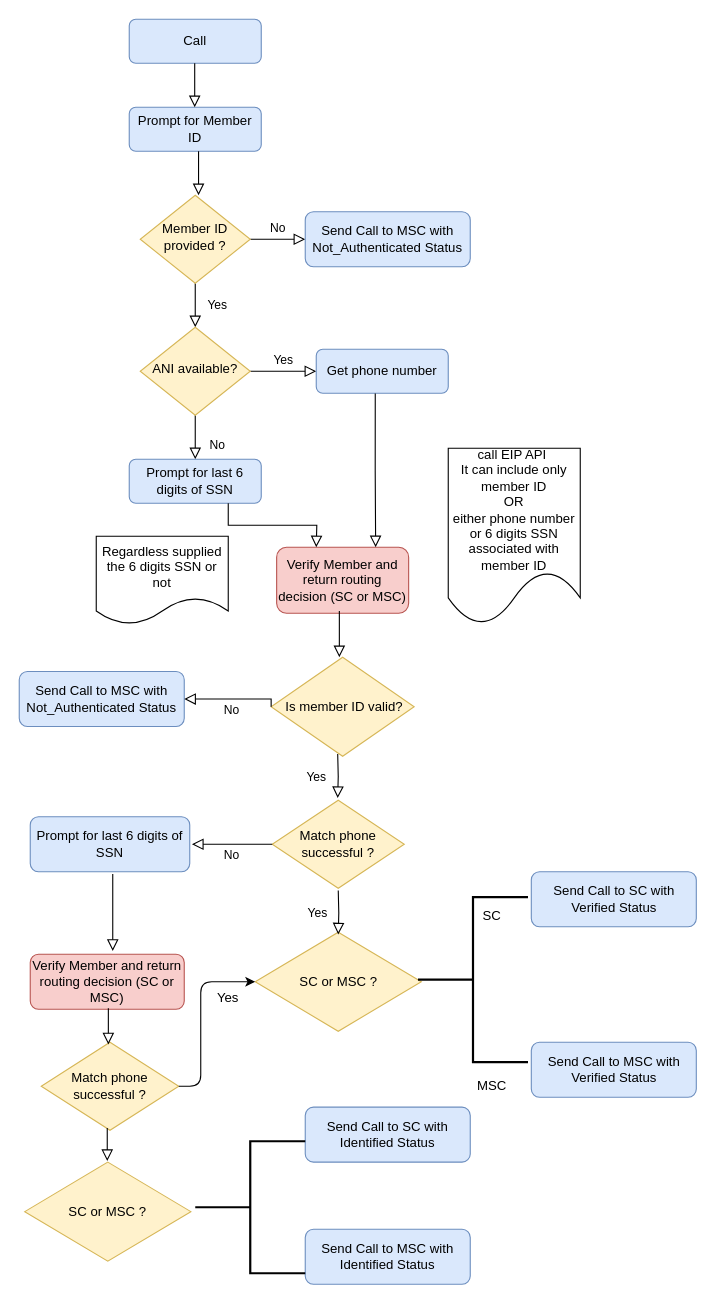
This is Genesys Process Flow.drawio from hmasoudd/genesys-models, a draw.io file, before an edit. Source tidied: cells renumbered, new cells numbered last; positions are measured from the earlier drawing's top-left corner, leaving out a move shared by most shapes. Both pictures are drawn from the tidied source at 110%, with x=0, y=0 at pixel (19, 19).
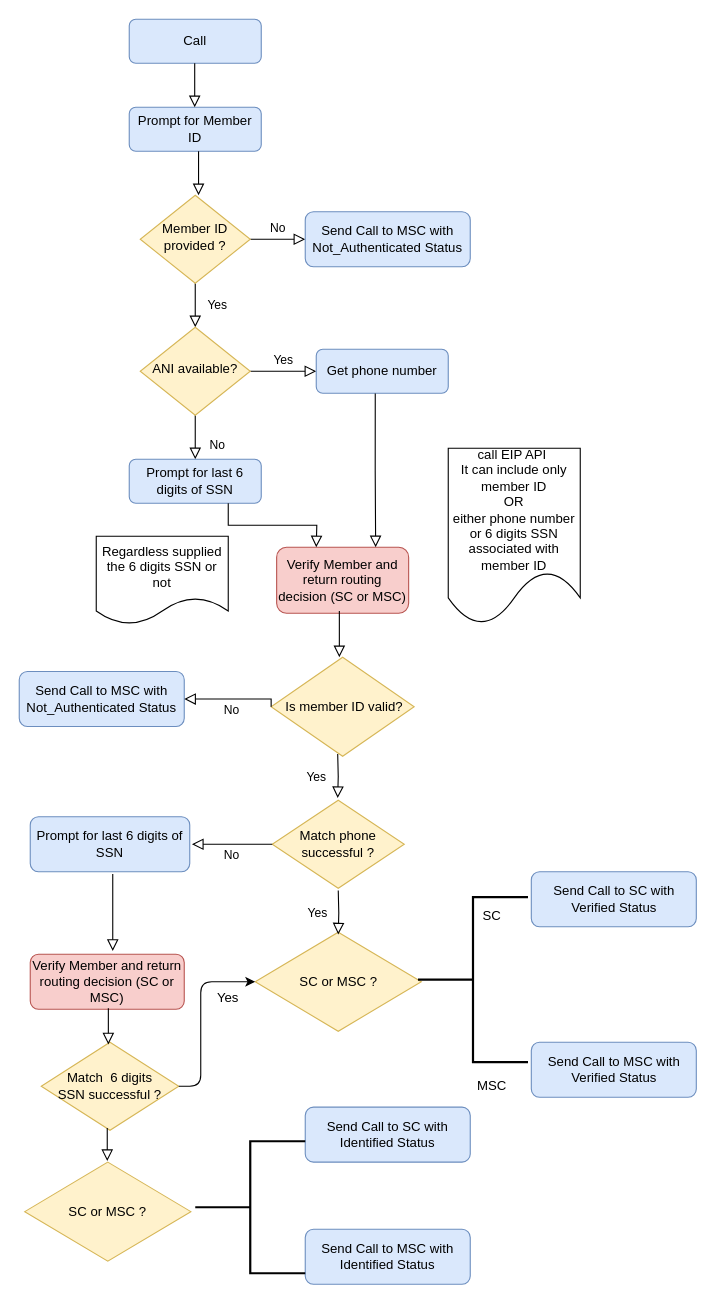
Above is the later version.

The edit, as a diff of the source:
```diff
@@
-    <mxCell id="34" value="Match phone successful ?" style="rhombus;whiteSpace=wrap;html=1;fillColor=#fff2cc;strokeColor=#d6b656;" parent="1" vertex="1">
+    <mxCell id="34" value="Match&amp;nbsp; 6 digits &lt;br&gt;SSN successful ?" style="rhombus;whiteSpace=wrap;html=1;fillColor=#fff2cc;strokeColor=#d6b656;" parent="1" vertex="1">
       <mxGeometry x="20" y="930" width="125" height="80" as="geometry" />
     </mxCell>
```
